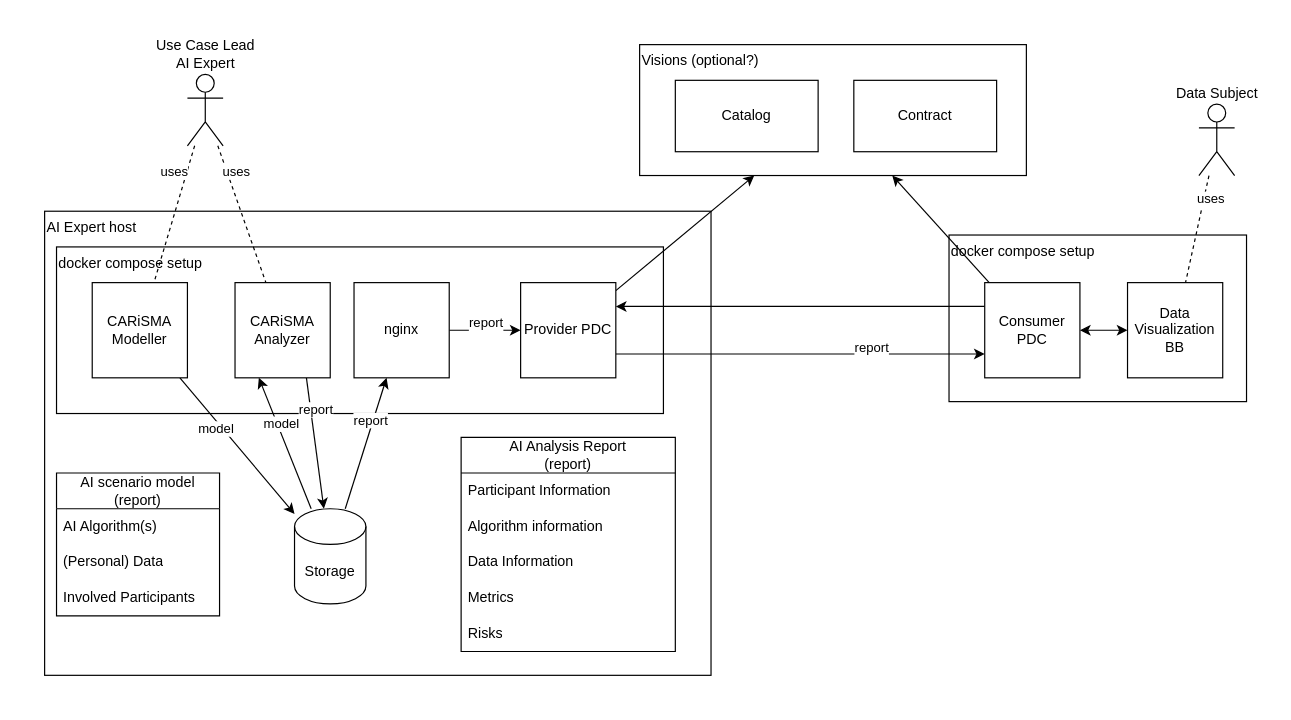
The draw.io diagram docs/carisma/images/CARiSMA-nginx-PDC.drawio in Prometheus-X-association/t-ai-carisma, before the edit. Source tidied: cells renumbered, new cells numbered last; positions are measured from the earlier drawing's top-left corner, leaving out a move shared by most shapes. Both pictures are drawn from the tidied source at 119%, with x=0, y=0 at pixel (44, 44).
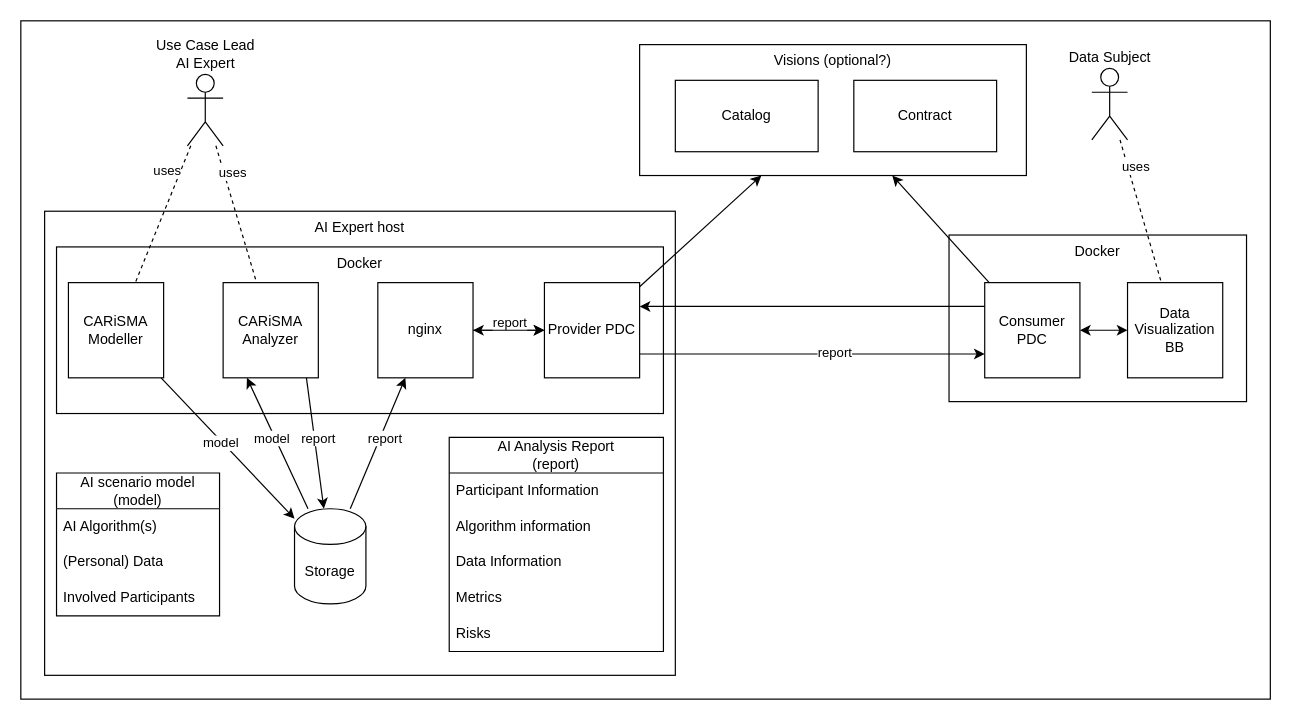
The same page after the edit.

Commit message (it also covers changes not shown here):
CARiSMA DD: fixed typo and layout of architecture figure.

also addresses #4

Unchanged cells that the change refers to:
```xml
<mxCell id="9" style="edgeStyle=none;rounded=0;jettySize=auto;html=1;entryX=0;entryY=0.75;entryDx=0;entryDy=0;exitX=1;exitY=0.75;exitDx=0;exitDy=0;" parent="1" edge="1" source="12" target="23">
  <mxGeometry relative="1" as="geometry" />
</mxCell>
<mxCell id="13" style="rounded=0;jettySize=auto;html=1;" parent="1" edge="1" target="20">
  <mxGeometry relative="1" as="geometry">
    <mxPoint x="220" y="280" as="sourcePoint" />
  </mxGeometry>
</mxCell>
<mxCell id="16" style="edgeStyle=none;rounded=0;jettySize=auto;html=1;" parent="1" edge="1" source="20" target="8">
  <mxGeometry relative="1" as="geometry" />
</mxCell>
<mxCell id="18" style="edgeStyle=none;rounded=0;jettySize=auto;html=1;entryX=0.25;entryY=1;entryDx=0;entryDy=0;" parent="1" edge="1" source="20" target="15">
  <mxGeometry relative="1" as="geometry" />
</mxCell>
<mxCell id="26" value="&lt;div&gt;&lt;br&gt;&lt;/div&gt;&lt;div&gt;&lt;br&gt;&lt;/div&gt;" style="edgeStyle=none;rounded=0;jettySize=auto;html=1;" parent="1" edge="1" source="28" target="20">
  <mxGeometry relative="1" as="geometry" />
</mxCell>
```

The edit, as a diff of the source:
```diff
@@
+    <mxCell id="46" style="rounded=0;whiteSpace=wrap;html=1;" parent="1" vertex="1">
+      <mxGeometry x="-20" y="-20" width="1050" height="570" as="geometry" />
+    </mxCell>
-    <mxCell id="2" value="docker compose setup" style="rounded=0;whiteSpace=wrap;html=1;align=left;verticalAlign=top;" parent="1" vertex="1">
+    <mxCell id="2" value="Docker" style="rounded=0;whiteSpace=wrap;html=1;align=center;verticalAlign=top;" parent="1" vertex="1">
       <mxGeometry x="760" y="160" width="250" height="140" as="geometry" />
     </mxCell>
-    <mxCell id="3" value="Visions (optional?)" style="rounded=0;whiteSpace=wrap;html=1;align=left;verticalAlign=top;" parent="1" vertex="1">
+    <mxCell id="3" value="Visions (optional?)" style="rounded=0;whiteSpace=wrap;html=1;align=center;verticalAlign=top;" parent="1" vertex="1">
       <mxGeometry x="500" width="325" height="110" as="geometry" />
     </mxCell>
-    <mxCell id="4" value="AI Expert host" style="rounded=0;whiteSpace=wrap;html=1;align=left;verticalAlign=top;" parent="1" vertex="1">
-      <mxGeometry y="140" width="560" height="390" as="geometry" />
+    <mxCell id="4" value="AI Expert host" style="rounded=0;whiteSpace=wrap;html=1;align=center;verticalAlign=top;" parent="1" vertex="1">
+      <mxGeometry y="140" width="530" height="390" as="geometry" />
     </mxCell>
-    <mxCell id="5" value="docker compose setup" style="rounded=0;whiteSpace=wrap;html=1;verticalAlign=top;align=left;" parent="1" vertex="1">
+    <mxCell id="5" value="Docker" style="rounded=0;whiteSpace=wrap;html=1;verticalAlign=top;align=center;" parent="1" vertex="1">
       <mxGeometry x="10" y="170" width="510" height="140" as="geometry" />
     </mxCell>
@@
     <mxCell id="8" value="nginx" style="whiteSpace=wrap;html=1;" parent="1" vertex="1">
-      <mxGeometry x="260" y="200" width="80" height="80" as="geometry" />
+      <mxGeometry x="280" y="200" width="80" height="80" as="geometry" />
     </mxCell>
@@
     <mxCell id="10" value="report&lt;div&gt;&lt;br&gt;&lt;/div&gt;" style="edgeLabel;html=1;align=center;verticalAlign=middle;" parent="9" vertex="1">
-      <mxGeometry x="0.38" y="-1" relative="1" as="geometry" />
+      <mxGeometry x="0.38" y="-1" relative="1" as="geometry">
+        <mxPoint x="-37" y="4" as="offset" />
+      </mxGeometry>
     </mxCell>
@@
+    <mxCell id="47" style="edgeStyle=orthogonalEdgeStyle;rounded=0;jettySize=auto;html=1;startArrow=classic;startFill=1;" parent="1" edge="1" source="12" target="8">
+      <mxGeometry relative="1" as="geometry" />
+    </mxCell>
     <mxCell id="12" value="Provider PDC" style="whiteSpace=wrap;html=1;" parent="1" vertex="1">
-      <mxGeometry x="400" y="200" width="80" height="80" as="geometry" />
+      <mxGeometry x="420" y="200" width="80" height="80" as="geometry" />
     </mxCell>
@@
     <mxCell id="14" value="report" style="edgeLabel;html=1;align=center;verticalAlign=middle;" parent="13" vertex="1">
-      <mxGeometry x="-0.52" y="4" relative="1" as="geometry" />
+      <mxGeometry x="-0.52" y="4" relative="1" as="geometry">
+        <mxPoint x="2" y="24" as="offset" />
+      </mxGeometry>
     </mxCell>
     <mxCell id="15" value="CARiSMA&lt;div&gt;Analyzer&lt;/div&gt;" style="whiteSpace=wrap;html=1;" parent="1" vertex="1">
-      <mxGeometry x="160" y="200" width="80" height="80" as="geometry" />
+      <mxGeometry x="150" y="200" width="80" height="80" as="geometry" />
     </mxCell>
@@
     <mxCell id="17" value="report" style="edgeLabel;html=1;align=center;verticalAlign=middle;" parent="16" vertex="1">
-      <mxGeometry x="0.33" y="2" relative="1" as="geometry" />
+      <mxGeometry x="0.33" y="2" relative="1" as="geometry">
+        <mxPoint y="14" as="offset" />
+      </mxGeometry>
     </mxCell>
@@
     <mxCell id="19" value="model" style="edgeLabel;html=1;align=center;verticalAlign=middle;" parent="18" vertex="1">
-      <mxGeometry x="0.29" y="-3" relative="1" as="geometry" />
+      <mxGeometry x="0.29" y="-3" relative="1" as="geometry">
+        <mxPoint x="-1" y="12" as="offset" />
+      </mxGeometry>
     </mxCell>
@@
     <mxCell id="27" value="model" style="edgeLabel;html=1;align=center;verticalAlign=middle;" parent="26" vertex="1">
-      <mxGeometry x="-0.3" y="-5" relative="1" as="geometry" />
+      <mxGeometry x="-0.3" y="-5" relative="1" as="geometry">
+        <mxPoint x="14" y="10" as="offset" />
+      </mxGeometry>
     </mxCell>
     <mxCell id="28" value="CARiSMA&lt;div&gt;Modeller&lt;/div&gt;" style="whiteSpace=wrap;html=1;" parent="1" vertex="1">
-      <mxGeometry x="40" y="200" width="80" height="80" as="geometry" />
+      <mxGeometry x="20" y="200" width="80" height="80" as="geometry" />
     </mxCell>
-    <mxCell id="29" value="AI scenario model&lt;br&gt;(report)" style="swimlane;fontStyle=0;horizontal=1;startSize=30;whiteSpace=wrap;html=1;fillColor=none;strokeColor=default;" parent="1" vertex="1">
+    <mxCell id="29" value="AI scenario model&lt;br&gt;(model)" style="swimlane;fontStyle=0;horizontal=1;startSize=30;whiteSpace=wrap;html=1;fillColor=none;strokeColor=default;" parent="1" vertex="1">
       <mxGeometry x="10" y="360" width="137" height="120" as="geometry" />
     </mxCell>
@@
     <mxCell id="33" value="AI Analysis Report&lt;br&gt;(report)" style="swimlane;fontStyle=0;horizontal=1;startSize=30;whiteSpace=wrap;html=1;fillColor=none;strokeColor=default;" parent="1" vertex="1">
-      <mxGeometry x="350" y="330" width="180" height="180" as="geometry" />
+      <mxGeometry x="340" y="330" width="180" height="180" as="geometry" />
     </mxCell>
@@
     <mxCell id="41" value="Data Subject" style="shape=umlActor;verticalLabelPosition=top;verticalAlign=bottom;html=1;outlineConnect=0;horizontal=1;labelPosition=center;align=center;" parent="1" vertex="1">
-      <mxGeometry x="970" y="50" width="30" height="60" as="geometry" />
+      <mxGeometry x="880" y="20" width="30" height="60" as="geometry" />
     </mxCell>
```
